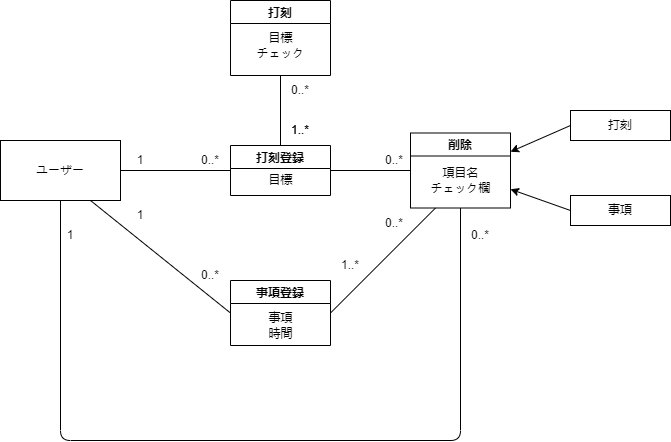
Before: Class-2.drawio.png, a diagram exported from draw.io (Hu-Hanxu/First-App-Self-Management-). Source tidied: cells renumbered, new cells last; positions are measured from the earlier drawing's top-left corner, leaving out a move shared by most shapes. Source of this version:
```xml
<mxGraphModel>
  <root>
    <mxCell id="0" />
    <mxCell id="1" parent="0" />
    <mxCell id="2" value="ユーザー" style="rounded=0;whiteSpace=wrap;html=1;" parent="1" vertex="1">
      <mxGeometry y="140" width="120" height="60" as="geometry" />
    </mxCell>
    <mxCell id="3" value="打刻登録" style="swimlane;" parent="1" vertex="1">
      <mxGeometry x="230" y="145" width="100" height="50" as="geometry" />
    </mxCell>
    <mxCell id="4" value="目標" style="text;html=1;align=center;verticalAlign=middle;strokeColor=none;fillColor=none;" parent="3" vertex="1">
      <mxGeometry x="25" y="20" width="50" height="30" as="geometry" />
    </mxCell>
    <mxCell id="5" value="事項登録" style="swimlane;" parent="1" vertex="1">
      <mxGeometry x="230" y="280" width="100" height="65" as="geometry" />
    </mxCell>
    <mxCell id="6" value="事項&lt;br&gt;時間" style="text;html=1;align=center;verticalAlign=middle;strokeColor=none;fillColor=none;" parent="5" vertex="1">
      <mxGeometry x="25" y="25" width="50" height="40" as="geometry" />
    </mxCell>
    <mxCell id="7" value="打刻" style="swimlane;" parent="1" vertex="1">
      <mxGeometry x="230" width="100" height="75" as="geometry" />
    </mxCell>
    <mxCell id="8" value="目標&lt;br&gt;チェック" style="text;html=1;align=center;verticalAlign=middle;strokeColor=none;fillColor=none;" parent="7" vertex="1">
      <mxGeometry x="15" y="25" width="70" height="40" as="geometry" />
    </mxCell>
    <mxCell id="9" style="endArrow=none;html=1;exitX=1;exitY=0.5;exitDx=0;exitDy=0;entryX=0;entryY=0.5;entryDx=0;entryDy=0;" parent="1" edge="1" source="2" target="3">
      <mxGeometry relative="1" as="geometry" />
    </mxCell>
    <mxCell id="10" value="削除" style="swimlane;" parent="1" vertex="1">
      <mxGeometry x="410" y="132.5" width="100" height="75" as="geometry" />
    </mxCell>
    <mxCell id="11" value="項目名&lt;br&gt;チェック欄" style="text;html=1;align=center;verticalAlign=middle;strokeColor=none;fillColor=none;" parent="10" vertex="1">
      <mxGeometry x="10" y="27.5" width="80" height="40" as="geometry" />
    </mxCell>
    <mxCell id="12" style="endArrow=none;html=1;entryX=0;entryY=0.5;entryDx=0;entryDy=0;exitX=1;exitY=0.5;exitDx=0;exitDy=0;" parent="1" edge="1" source="3" target="10">
      <mxGeometry relative="1" as="geometry" />
    </mxCell>
    <mxCell id="13" style="edgeStyle=none;html=1;exitX=0;exitY=0.5;exitDx=0;exitDy=0;entryX=1;entryY=0.25;entryDx=0;entryDy=0;" parent="1" edge="1" source="14" target="10">
      <mxGeometry relative="1" as="geometry" />
    </mxCell>
    <mxCell id="14" value="打刻" style="rounded=0;whiteSpace=wrap;html=1;" parent="1" vertex="1">
      <mxGeometry x="570" y="110" width="100" height="30" as="geometry" />
    </mxCell>
    <mxCell id="15" style="edgeStyle=none;html=1;exitX=0;exitY=0.5;exitDx=0;exitDy=0;entryX=1;entryY=0.75;entryDx=0;entryDy=0;" parent="1" edge="1" source="16" target="10">
      <mxGeometry relative="1" as="geometry" />
    </mxCell>
    <mxCell id="16" value="事項" style="rounded=0;whiteSpace=wrap;html=1;" parent="1" vertex="1">
      <mxGeometry x="570" y="195" width="100" height="30" as="geometry" />
    </mxCell>
    <mxCell id="17" style="endArrow=none;html=1;entryX=0.5;entryY=1;entryDx=0;entryDy=0;exitX=0.5;exitY=1;exitDx=0;exitDy=0;" parent="1" edge="1" source="10" target="2">
      <mxGeometry relative="1" as="geometry">
        <Array as="points">
          <mxPoint x="460" y="440" />
          <mxPoint x="60" y="440" />
        </Array>
      </mxGeometry>
    </mxCell>
    <mxCell id="18" style="endArrow=none;html=1;entryX=0;entryY=0.5;entryDx=0;entryDy=0;exitX=0.75;exitY=1;exitDx=0;exitDy=0;" parent="1" edge="1" source="2" target="5">
      <mxGeometry relative="1" as="geometry" />
    </mxCell>
    <mxCell id="19" style="endArrow=none;html=1;exitX=1;exitY=0.5;exitDx=0;exitDy=0;entryX=0.25;entryY=1;entryDx=0;entryDy=0;" parent="1" edge="1" source="5" target="10">
      <mxGeometry relative="1" as="geometry" />
    </mxCell>
    <mxCell id="20" style="endArrow=none;html=1;entryX=0.5;entryY=1;entryDx=0;entryDy=0;exitX=0.5;exitY=0;exitDx=0;exitDy=0;" parent="1" edge="1" source="3" target="7">
      <mxGeometry relative="1" as="geometry" />
    </mxCell>
    <mxCell id="21" value="1" style="text;html=1;strokeColor=none;fillColor=none;align=center;verticalAlign=middle;whiteSpace=wrap;rounded=0;" parent="1" vertex="1">
      <mxGeometry x="110" y="145" width="60" height="30" as="geometry" />
    </mxCell>
    <mxCell id="22" value="1" style="text;html=1;strokeColor=none;fillColor=none;align=center;verticalAlign=middle;whiteSpace=wrap;rounded=0;" parent="1" vertex="1">
      <mxGeometry x="110" y="200" width="60" height="30" as="geometry" />
    </mxCell>
    <mxCell id="23" value="1" style="text;html=1;strokeColor=none;fillColor=none;align=center;verticalAlign=middle;whiteSpace=wrap;rounded=0;" parent="1" vertex="1">
      <mxGeometry x="40" y="220" width="60" height="30" as="geometry" />
    </mxCell>
    <mxCell id="24" value="0..*" style="text;html=1;strokeColor=none;fillColor=none;align=center;verticalAlign=middle;whiteSpace=wrap;rounded=0;" parent="1" vertex="1">
      <mxGeometry x="180" y="145" width="60" height="30" as="geometry" />
    </mxCell>
    <mxCell id="25" value="0..*" style="text;html=1;strokeColor=none;fillColor=none;align=center;verticalAlign=middle;whiteSpace=wrap;rounded=0;" parent="1" vertex="1">
      <mxGeometry x="180" y="260" width="60" height="30" as="geometry" />
    </mxCell>
    <mxCell id="26" value="0..*" style="text;html=1;strokeColor=none;fillColor=none;align=center;verticalAlign=middle;whiteSpace=wrap;rounded=0;" parent="1" vertex="1">
      <mxGeometry x="364" y="145" width="60" height="30" as="geometry" />
    </mxCell>
    <mxCell id="27" value="0..*" style="text;html=1;strokeColor=none;fillColor=none;align=center;verticalAlign=middle;whiteSpace=wrap;rounded=0;" parent="1" vertex="1">
      <mxGeometry x="364" y="207.5" width="60" height="30" as="geometry" />
    </mxCell>
    <mxCell id="28" value="0..*" style="text;html=1;strokeColor=none;fillColor=none;align=center;verticalAlign=middle;whiteSpace=wrap;rounded=0;" parent="1" vertex="1">
      <mxGeometry x="450" y="220" width="60" height="30" as="geometry" />
    </mxCell>
    <mxCell id="29" value="0..*" style="text;html=1;strokeColor=none;fillColor=none;align=center;verticalAlign=middle;whiteSpace=wrap;rounded=0;" parent="1" vertex="1">
      <mxGeometry x="270" y="75" width="60" height="30" as="geometry" />
    </mxCell>
    <mxCell id="30" value="1..*" style="text;html=1;strokeColor=none;fillColor=none;align=center;verticalAlign=middle;whiteSpace=wrap;rounded=0;" parent="1" vertex="1">
      <mxGeometry x="270" y="115" width="60" height="30" as="geometry" />
    </mxCell>
    <mxCell id="31" value="1..*" style="text;html=1;strokeColor=none;fillColor=none;align=center;verticalAlign=middle;whiteSpace=wrap;rounded=0;" parent="1" vertex="1">
      <mxGeometry x="270" y="115" width="60" height="30" as="geometry" />
    </mxCell>
    <mxCell id="32" value="1..*" style="text;html=1;strokeColor=none;fillColor=none;align=center;verticalAlign=middle;whiteSpace=wrap;rounded=0;" parent="1" vertex="1">
      <mxGeometry x="320" y="250" width="60" height="30" as="geometry" />
    </mxCell>
  </root>
</mxGraphModel>
```
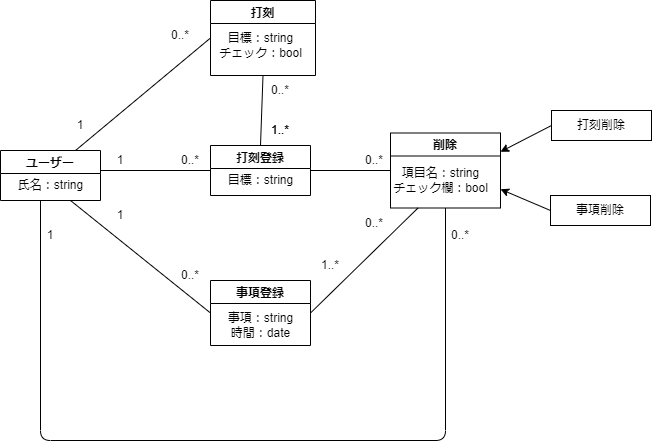
After the change.

Change to the diagram source:
```diff
@@ -2,35 +2,34 @@
   <root>
     <mxCell id="0" />
     <mxCell id="1" parent="0" />
-    <mxCell id="2" value="ユーザー" style="rounded=0;whiteSpace=wrap;html=1;" parent="1" vertex="1">
-      <mxGeometry y="140" width="120" height="60" as="geometry" />
-    </mxCell>
     <mxCell id="3" value="打刻登録" style="swimlane;" parent="1" vertex="1">
       <mxGeometry x="230" y="145" width="100" height="50" as="geometry" />
     </mxCell>
-    <mxCell id="4" value="目標" style="text;html=1;align=center;verticalAlign=middle;strokeColor=none;fillColor=none;" parent="3" vertex="1">
-      <mxGeometry x="25" y="20" width="50" height="30" as="geometry" />
+    <mxCell id="4" value="目標：string" style="text;html=1;align=center;verticalAlign=middle;strokeColor=none;fillColor=none;" parent="3" vertex="1">
+      <mxGeometry x="5" y="20" width="90" height="30" as="geometry" />
     </mxCell>
     <mxCell id="5" value="事項登録" style="swimlane;" parent="1" vertex="1">
       <mxGeometry x="230" y="280" width="100" height="65" as="geometry" />
     </mxCell>
-    <mxCell id="6" value="事項&lt;br&gt;時間" style="text;html=1;align=center;verticalAlign=middle;strokeColor=none;fillColor=none;" parent="5" vertex="1">
-      <mxGeometry x="25" y="25" width="50" height="40" as="geometry" />
+    <mxCell id="6" value="事項：string&lt;br&gt;時間：date" style="text;html=1;align=center;verticalAlign=middle;strokeColor=none;fillColor=none;" parent="5" vertex="1">
+      <mxGeometry x="5" y="25" width="90" height="40" as="geometry" />
     </mxCell>
     <mxCell id="7" value="打刻" style="swimlane;" parent="1" vertex="1">
-      <mxGeometry x="230" width="100" height="75" as="geometry" />
+      <mxGeometry x="230" width="105" height="75" as="geometry" />
     </mxCell>
-    <mxCell id="8" value="目標&lt;br&gt;チェック" style="text;html=1;align=center;verticalAlign=middle;strokeColor=none;fillColor=none;" parent="7" vertex="1">
-      <mxGeometry x="15" y="25" width="70" height="40" as="geometry" />
+    <mxCell id="8" value="目標：string&lt;br&gt;チェック：bool" style="text;html=1;align=center;verticalAlign=middle;strokeColor=none;fillColor=none;" parent="7" vertex="1">
+      <mxGeometry x="-5" y="25" width="110" height="40" as="geometry" />
     </mxCell>
-    <mxCell id="9" style="endArrow=none;html=1;exitX=1;exitY=0.5;exitDx=0;exitDy=0;entryX=0;entryY=0.5;entryDx=0;entryDy=0;" parent="1" edge="1" source="2" target="3">
-      <mxGeometry relative="1" as="geometry" />
+    <mxCell id="9" style="endArrow=none;html=1;exitX=1;exitY=0.5;exitDx=0;exitDy=0;entryX=0;entryY=0.5;entryDx=0;entryDy=0;" parent="1" edge="1" target="3">
+      <mxGeometry relative="1" as="geometry">
+        <mxPoint x="120" y="170" as="sourcePoint" />
+      </mxGeometry>
     </mxCell>
     <mxCell id="10" value="削除" style="swimlane;" parent="1" vertex="1">
-      <mxGeometry x="410" y="132.5" width="100" height="75" as="geometry" />
+      <mxGeometry x="410" y="132.5" width="110" height="75" as="geometry" />
     </mxCell>
-    <mxCell id="11" value="項目名&lt;br&gt;チェック欄" style="text;html=1;align=center;verticalAlign=middle;strokeColor=none;fillColor=none;" parent="10" vertex="1">
-      <mxGeometry x="10" y="27.5" width="80" height="40" as="geometry" />
+    <mxCell id="11" value="項目名：string&lt;br&gt;チェック欄：bool" style="text;html=1;align=center;verticalAlign=middle;strokeColor=none;fillColor=none;" parent="10" vertex="1">
+      <mxGeometry x="-10" y="27.5" width="120" height="40" as="geometry" />
     </mxCell>
     <mxCell id="12" style="endArrow=none;html=1;entryX=0;entryY=0.5;entryDx=0;entryDy=0;exitX=1;exitY=0.5;exitDx=0;exitDy=0;" parent="1" edge="1" source="3" target="10">
       <mxGeometry relative="1" as="geometry" />
@@ -38,25 +37,28 @@
     <mxCell id="13" style="edgeStyle=none;html=1;exitX=0;exitY=0.5;exitDx=0;exitDy=0;entryX=1;entryY=0.25;entryDx=0;entryDy=0;" parent="1" edge="1" source="14" target="10">
       <mxGeometry relative="1" as="geometry" />
     </mxCell>
-    <mxCell id="14" value="打刻" style="rounded=0;whiteSpace=wrap;html=1;" parent="1" vertex="1">
-      <mxGeometry x="570" y="110" width="100" height="30" as="geometry" />
+    <mxCell id="14" value="打刻削除" style="rounded=0;whiteSpace=wrap;html=1;" parent="1" vertex="1">
+      <mxGeometry x="571" y="110" width="100" height="30" as="geometry" />
     </mxCell>
     <mxCell id="15" style="edgeStyle=none;html=1;exitX=0;exitY=0.5;exitDx=0;exitDy=0;entryX=1;entryY=0.75;entryDx=0;entryDy=0;" parent="1" edge="1" source="16" target="10">
       <mxGeometry relative="1" as="geometry" />
     </mxCell>
-    <mxCell id="16" value="事項" style="rounded=0;whiteSpace=wrap;html=1;" parent="1" vertex="1">
+    <mxCell id="16" value="事項削除" style="rounded=0;whiteSpace=wrap;html=1;" parent="1" vertex="1">
       <mxGeometry x="570" y="195" width="100" height="30" as="geometry" />
     </mxCell>
-    <mxCell id="17" style="endArrow=none;html=1;entryX=0.5;entryY=1;entryDx=0;entryDy=0;exitX=0.5;exitY=1;exitDx=0;exitDy=0;" parent="1" edge="1" source="10" target="2">
+    <mxCell id="17" style="endArrow=none;html=1;entryX=0.5;entryY=1;entryDx=0;entryDy=0;exitX=0.5;exitY=1;exitDx=0;exitDy=0;" parent="1" edge="1" source="10">
       <mxGeometry relative="1" as="geometry">
+        <mxPoint x="60" y="200" as="targetPoint" />
         <Array as="points">
-          <mxPoint x="460" y="440" />
+          <mxPoint x="465" y="440" />
           <mxPoint x="60" y="440" />
         </Array>
       </mxGeometry>
     </mxCell>
-    <mxCell id="18" style="endArrow=none;html=1;entryX=0;entryY=0.5;entryDx=0;entryDy=0;exitX=0.75;exitY=1;exitDx=0;exitDy=0;" parent="1" edge="1" source="2" target="5">
-      <mxGeometry relative="1" as="geometry" />
+    <mxCell id="18" style="endArrow=none;html=1;entryX=0;entryY=0.5;entryDx=0;entryDy=0;exitX=0.75;exitY=1;exitDx=0;exitDy=0;" parent="1" edge="1" target="5">
+      <mxGeometry relative="1" as="geometry">
+        <mxPoint x="90" y="200" as="sourcePoint" />
+      </mxGeometry>
     </mxCell>
     <mxCell id="19" style="endArrow=none;html=1;exitX=1;exitY=0.5;exitDx=0;exitDy=0;entryX=0.25;entryY=1;entryDx=0;entryDy=0;" parent="1" edge="1" source="5" target="10">
       <mxGeometry relative="1" as="geometry" />
@@ -100,5 +102,20 @@
     <mxCell id="32" value="1..*" style="text;html=1;strokeColor=none;fillColor=none;align=center;verticalAlign=middle;whiteSpace=wrap;rounded=0;" parent="1" vertex="1">
       <mxGeometry x="320" y="250" width="60" height="30" as="geometry" />
     </mxCell>
+    <mxCell id="2" value="ユーザー" style="swimlane;" parent="1" vertex="1">
+      <mxGeometry x="20" y="150" width="100" height="50" as="geometry" />
+    </mxCell>
+    <mxCell id="33" value="氏名：string" style="text;html=1;align=center;verticalAlign=middle;strokeColor=none;fillColor=none;" parent="2" vertex="1">
+      <mxGeometry x="5" y="20" width="90" height="30" as="geometry" />
+    </mxCell>
+    <mxCell id="34" style="endArrow=none;html=1;exitX=0.75;exitY=0;exitDx=0;exitDy=0;entryX=0;entryY=0.5;entryDx=0;entryDy=0;" parent="1" edge="1" source="2" target="7">
+      <mxGeometry relative="1" as="geometry" />
+    </mxCell>
+    <mxCell id="35" value="1" style="text;html=1;strokeColor=none;fillColor=none;align=center;verticalAlign=middle;whiteSpace=wrap;rounded=0;" parent="1" vertex="1">
+      <mxGeometry x="70" y="110" width="60" height="30" as="geometry" />
+    </mxCell>
+    <mxCell id="36" value="0..*" style="text;html=1;strokeColor=none;fillColor=none;align=center;verticalAlign=middle;whiteSpace=wrap;rounded=0;" parent="1" vertex="1">
+      <mxGeometry x="170" y="20" width="60" height="30" as="geometry" />
+    </mxCell>
   </root>
 </mxGraphModel>
```
